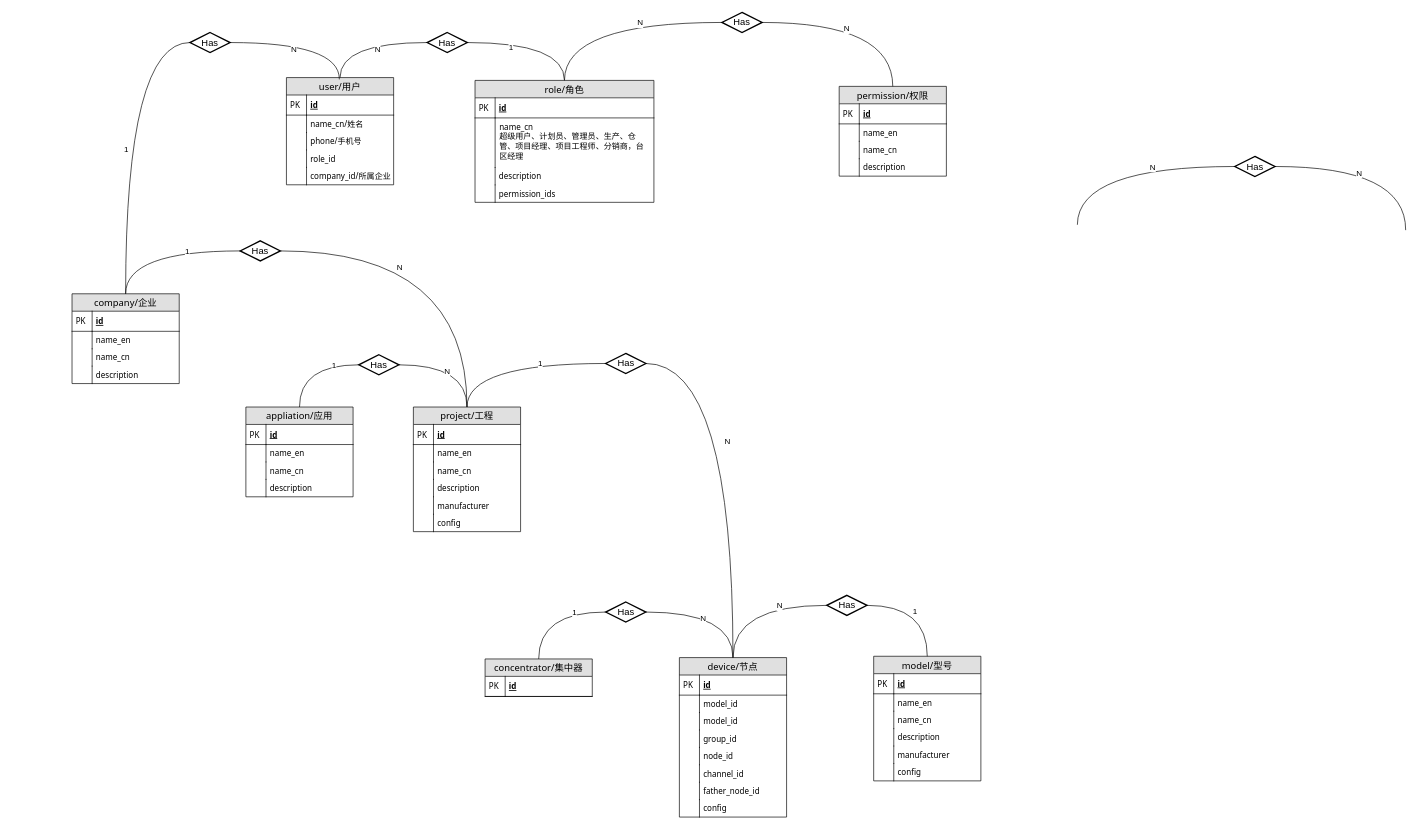
Above: Untitled Diagram.drawio in quarkbyte/2048 (draw.io), before the change. Source tidied: cells renumbered, new cells numbered last; positions are measured from the earlier drawing's top-left corner, leaving out a move shared by most shapes. Both pictures are drawn from the tidied source at 67%, with x=0, y=0 at pixel (72, 12).
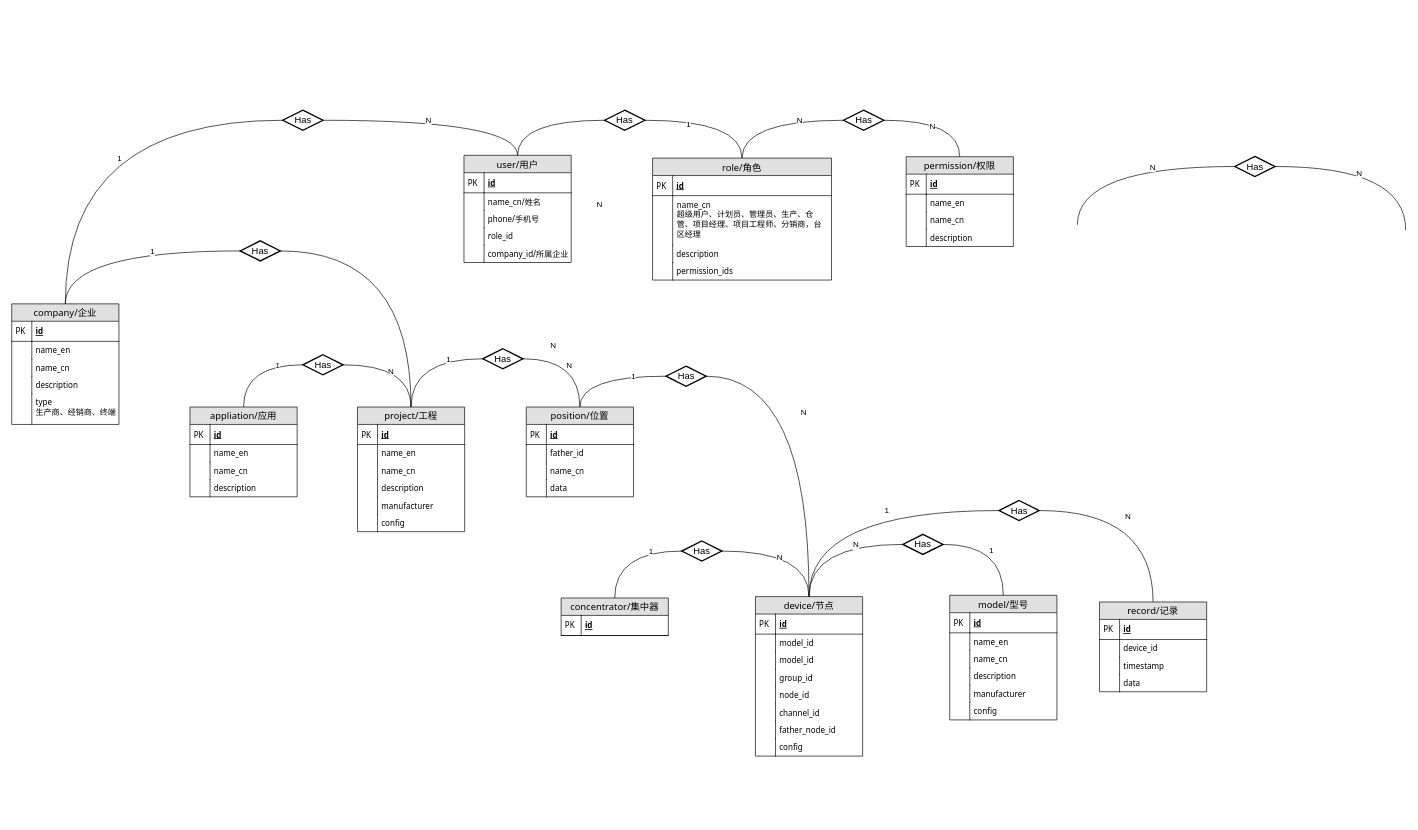
After the change.

Unchanged cells that the change refers to:
```xml
<mxCell id="100" style="edgeStyle=orthogonalEdgeStyle;curved=1;rounded=0;jettySize=auto;html=1;exitX=0.5;exitY=0;exitDx=0;exitDy=0;entryX=0;entryY=0.5;entryDx=0;entryDy=0;endArrow=none;endFill=0;" parent="1" edge="1" source="65" target="99">
  <mxGeometry relative="1" as="geometry" />
</mxCell>
<mxCell id="114" style="edgeStyle=orthogonalEdgeStyle;curved=1;rounded=0;jettySize=auto;html=1;exitX=1;exitY=0.5;exitDx=0;exitDy=0;entryX=0.5;entryY=0;entryDx=0;entryDy=0;endArrow=none;endFill=0;" parent="1" edge="1" source="116" target="50">
  <mxGeometry relative="1" as="geometry" />
</mxCell>
<mxCell id="117" style="edgeStyle=orthogonalEdgeStyle;curved=1;rounded=0;jettySize=auto;html=1;exitX=0;exitY=0.5;exitDx=0;exitDy=0;entryX=0.5;entryY=0;entryDx=0;entryDy=0;fontColor=#000000;endArrow=none;endFill=0;" parent="1" edge="1" source="121" target="41">
  <mxGeometry relative="1" as="geometry" />
</mxCell>
```

Diff of the diagram source:
```diff
@@
     <mxCell id="2" value="device/节点" style="swimlane;fontStyle=0;horizontal=1;startSize=26;fillColor=#e0e0e0;swimlaneFillColor=#ffffff;align=center;fontSize=14;fontFamily=Tahoma;" parent="1" vertex="1">
-      <mxGeometry x="906.5" y="963" width="160" height="238" as="geometry" />
+      <mxGeometry x="1020" y="872" width="160" height="238" as="geometry" />
     </mxCell>
@@
     <mxCell id="19" value="model/型号" style="swimlane;fontStyle=0;horizontal=1;startSize=26;fillColor=#e0e0e0;swimlaneFillColor=#ffffff;align=center;fontSize=14;fontFamily=Tahoma;" parent="1" vertex="1">
-      <mxGeometry x="1196.5" y="961" width="160" height="186" as="geometry" />
+      <mxGeometry x="1310" y="870" width="160" height="186" as="geometry" />
     </mxCell>
@@
     <mxCell id="32" value="appliation/应用" style="swimlane;fontStyle=0;horizontal=1;startSize=26;fillColor=#e0e0e0;swimlaneFillColor=#ffffff;align=center;fontSize=14;fontFamily=Tahoma;" parent="1" vertex="1">
-      <mxGeometry x="259.5" y="589" width="160" height="134" as="geometry" />
+      <mxGeometry x="176" y="589" width="160" height="134" as="geometry" />
     </mxCell>
@@
     <mxCell id="41" value="company/企业" style="swimlane;fontStyle=0;horizontal=1;startSize=26;fillColor=#e0e0e0;swimlaneFillColor=#ffffff;align=center;fontSize=14;fontFamily=Tahoma;" parent="1" vertex="1">
-      <mxGeometry y="420" width="160" height="134" as="geometry" />
+      <mxGeometry x="-90" y="435" width="160" height="180" as="geometry" />
     </mxCell>
@@
+    <mxCell id="140" value="type&#10;生产商、经销商、终端" style="shape=partialRectangle;top=0;left=0;right=0;bottom=0;align=left;verticalAlign=top;fillColor=none;spacingLeft=34;spacingRight=4;overflow=hidden;fontSize=12;fontFamily=Tahoma;" parent="41" vertex="1">
+      <mxGeometry y="134" width="160" height="46" as="geometry" />
+    </mxCell>
+    <mxCell id="141" style="shape=partialRectangle;top=0;left=0;bottom=0;fillColor=none;align=left;verticalAlign=top;spacingLeft=4;spacingRight=4;overflow=hidden;fontSize=12;fontFamily=Tahoma;" parent="140" vertex="1">
+      <mxGeometry width="30" height="46" as="geometry" />
+    </mxCell>
     <mxCell id="50" value="project/工程" style="swimlane;fontStyle=0;horizontal=1;startSize=26;fillColor=#e0e0e0;swimlaneFillColor=#ffffff;align=center;fontSize=14;fontFamily=Tahoma;" parent="1" vertex="1">
-      <mxGeometry x="509.5" y="589" width="160" height="186" as="geometry" />
+      <mxGeometry x="426" y="589" width="160" height="186" as="geometry" />
     </mxCell>
@@
     <mxCell id="65" value="user/用户" style="swimlane;fontStyle=0;horizontal=1;startSize=26;fillColor=#e0e0e0;swimlaneFillColor=#ffffff;align=center;fontSize=14;fontFamily=Tahoma;" parent="1" vertex="1">
-      <mxGeometry x="320" y="97.3" width="160" height="160" as="geometry" />
+      <mxGeometry x="585" y="213.3" width="160" height="160" as="geometry" />
     </mxCell>
@@
     <mxCell id="76" value="role/角色" style="swimlane;fontStyle=0;horizontal=1;startSize=26;fillColor=#e0e0e0;swimlaneFillColor=#ffffff;align=center;fontSize=14;fontFamily=Tahoma;" parent="1" vertex="1">
-      <mxGeometry x="601.5" y="101.5" width="267" height="182" as="geometry" />
+      <mxGeometry x="866.5" y="217.5" width="267" height="182" as="geometry" />
     </mxCell>
@@
     <mxCell id="85" value="permission/权限" style="swimlane;fontStyle=0;horizontal=1;startSize=26;fillColor=#e0e0e0;swimlaneFillColor=#ffffff;align=center;fontSize=14;fontFamily=Tahoma;" parent="1" vertex="1">
-      <mxGeometry x="1145" y="110.4" width="160" height="134" as="geometry" />
+      <mxGeometry x="1245" y="215.4" width="160" height="134" as="geometry" />
     </mxCell>
@@
     <mxCell id="98" value="Has" style="shape=rhombus;strokeWidth=2;fontSize=17;perimeter=rhombusPerimeter;whiteSpace=wrap;html=1;align=center;fontSize=14;labelBackgroundColor=none;" parent="1" vertex="1">
-      <mxGeometry x="970" width="60" height="30" as="geometry" />
+      <mxGeometry x="1151.5" y="146" width="60" height="30" as="geometry" />
     </mxCell>
     <mxCell id="99" value="Has" style="shape=rhombus;strokeWidth=2;fontSize=17;perimeter=rhombusPerimeter;whiteSpace=wrap;html=1;align=center;fontSize=14;labelBackgroundColor=none;" parent="1" vertex="1">
-      <mxGeometry x="530" y="30" width="60" height="30" as="geometry" />
+      <mxGeometry x="795" y="146" width="60" height="30" as="geometry" />
     </mxCell>
@@
-    <mxCell id="101" value="N" style="text;html=1;align=center;verticalAlign=middle;labelBackgroundColor=#ffffff;fontColor=#000000;" parent="100" vertex="1">
-      <mxGeometry x="0.18" y="-10" relative="1" as="geometry" />
-    </mxCell>
@@
     <mxCell id="111" value="Has" style="shape=rhombus;strokeWidth=2;fontSize=17;perimeter=rhombusPerimeter;whiteSpace=wrap;html=1;align=center;fontSize=14;labelBackgroundColor=none;" parent="1" vertex="1">
-      <mxGeometry x="428" y="511" width="60" height="30" as="geometry" />
+      <mxGeometry x="344.5" y="511" width="60" height="30" as="geometry" />
     </mxCell>
@@
     <mxCell id="115" value="N" style="text;html=1;align=center;verticalAlign=middle;labelBackgroundColor=#ffffff;fontColor=#000000;" parent="114" vertex="1">
       <mxGeometry x="-0.14" y="-9" relative="1" as="geometry">
-        <mxPoint x="-43" y="15.5" as="offset" />
+        <mxPoint x="222" y="131.5" as="offset" />
       </mxGeometry>
     </mxCell>
@@
     <mxCell id="118" value="1" style="text;html=1;align=center;verticalAlign=middle;labelBackgroundColor=#ffffff;fontColor=#000000;" parent="117" vertex="1">
       <mxGeometry y="13" relative="1" as="geometry">
-        <mxPoint x="-13" y="19" as="offset" />
+        <mxPoint x="54.5" y="43" as="offset" />
       </mxGeometry>
     </mxCell>
-    <mxCell id="119" style="edgeStyle=orthogonalEdgeStyle;curved=1;rounded=0;jettySize=auto;html=1;exitX=1;exitY=0.5;exitDx=0;exitDy=0;endArrow=none;endFill=0;" parent="1" edge="1" source="121">
-      <mxGeometry relative="1" as="geometry">
-        <mxPoint x="399" y="100" as="targetPoint" />
-      </mxGeometry>
+    <mxCell id="119" style="edgeStyle=orthogonalEdgeStyle;curved=1;rounded=0;jettySize=auto;html=1;exitX=1;exitY=0.5;exitDx=0;exitDy=0;endArrow=none;endFill=0;entryX=0.5;entryY=0;entryDx=0;entryDy=0;" parent="1" edge="1" source="121" target="65">
+      <mxGeometry relative="1" as="geometry" />
     </mxCell>
     <mxCell id="120" value="N" style="text;html=1;align=center;verticalAlign=middle;labelBackgroundColor=#ffffff;fontColor=#000000;" parent="119" vertex="1">
-      <mxGeometry x="-0.14" y="-9" relative="1" as="geometry" />
+      <mxGeometry x="-0.14" y="-9" relative="1" as="geometry">
+        <mxPoint x="265" y="116" as="offset" />
+      </mxGeometry>
     </mxCell>
+    <mxCell id="142" value="N" style="text;html=1;align=center;verticalAlign=middle;labelBackgroundColor=#ffffff;fontColor=#000000;" parent="119" vertex="1">
+      <mxGeometry x="-0.08" y="-29" relative="1" as="geometry">
+        <mxPoint x="-1.5" y="-29.5" as="offset" />
+      </mxGeometry>
+    </mxCell>
     <mxCell id="121" value="Has" style="shape=rhombus;strokeWidth=2;fontSize=17;perimeter=rhombusPerimeter;whiteSpace=wrap;html=1;align=center;fontSize=14;labelBackgroundColor=none;" parent="1" vertex="1">
-      <mxGeometry x="176" y="30" width="60" height="30" as="geometry" />
+      <mxGeometry x="314.5" y="146" width="60" height="30" as="geometry" />
     </mxCell>
     <mxCell id="122" value="concentrator/集中器" style="swimlane;fontStyle=0;horizontal=1;startSize=26;fillColor=#e0e0e0;swimlaneFillColor=#ffffff;align=center;fontSize=14;fontFamily=Tahoma;" parent="1" vertex="1">
-      <mxGeometry x="616.5" y="965" width="160" height="56" as="geometry" />
+      <mxGeometry x="730" y="874" width="160" height="56" as="geometry" />
     </mxCell>
@@
     <mxCell id="129" value="Has" style="shape=rhombus;strokeWidth=2;fontSize=17;perimeter=rhombusPerimeter;whiteSpace=wrap;html=1;align=center;fontSize=14;labelBackgroundColor=none;" parent="1" vertex="1">
-      <mxGeometry x="796.5" y="880" width="60" height="30" as="geometry" />
+      <mxGeometry x="910" y="789" width="60" height="30" as="geometry" />
     </mxCell>
@@
     <mxCell id="134" value="Has" style="shape=rhombus;strokeWidth=2;fontSize=17;perimeter=rhombusPerimeter;whiteSpace=wrap;html=1;align=center;fontSize=14;labelBackgroundColor=none;" parent="1" vertex="1">
-      <mxGeometry x="1126.5" y="870" width="60" height="30" as="geometry" />
+      <mxGeometry x="1240" y="779" width="60" height="30" as="geometry" />
     </mxCell>
-    <mxCell id="135" style="edgeStyle=orthogonalEdgeStyle;curved=1;rounded=0;jettySize=auto;html=1;exitX=0;exitY=0.5;exitDx=0;exitDy=0;entryX=0.5;entryY=0;entryDx=0;entryDy=0;fontColor=#000000;endArrow=none;endFill=0;" parent="1" edge="1" source="139" target="50">
+    <mxCell id="135" style="edgeStyle=orthogonalEdgeStyle;curved=1;rounded=0;jettySize=auto;html=1;exitX=0;exitY=0.5;exitDx=0;exitDy=0;fontColor=#000000;endArrow=none;endFill=0;" parent="1" edge="1" source="139" target="157">
       <mxGeometry relative="1" as="geometry" />
     </mxCell>
@@
     <mxCell id="139" value="Has" style="shape=rhombus;strokeWidth=2;fontSize=17;perimeter=rhombusPerimeter;whiteSpace=wrap;html=1;align=center;fontSize=14;labelBackgroundColor=none;" parent="1" vertex="1">
-      <mxGeometry x="796.5" y="509" width="60" height="30" as="geometry" />
+      <mxGeometry x="886.5" y="528" width="60" height="30" as="geometry" />
     </mxCell>
+    <mxCell id="143" value="record/记录" style="swimlane;fontStyle=0;horizontal=1;startSize=26;fillColor=#e0e0e0;swimlaneFillColor=#ffffff;align=center;fontSize=14;fontFamily=Tahoma;" parent="1" vertex="1">
+      <mxGeometry x="1533.5" y="880" width="160" height="134" as="geometry" />
+    </mxCell>
+    <mxCell id="144" value="id" style="shape=partialRectangle;top=0;left=0;right=0;bottom=1;align=left;verticalAlign=middle;fillColor=none;spacingLeft=34;spacingRight=4;overflow=hidden;fontStyle=5;fontSize=12;fontFamily=Tahoma;" parent="143" vertex="1">
+      <mxGeometry y="26" width="160" height="30" as="geometry" />
+    </mxCell>
+    <mxCell id="145" value="PK" style="shape=partialRectangle;top=0;left=0;bottom=0;fillColor=none;align=left;verticalAlign=middle;spacingLeft=4;spacingRight=4;overflow=hidden;fontSize=12;fontFamily=Tahoma;" parent="144" vertex="1">
+      <mxGeometry width="30" height="30" as="geometry" />
+    </mxCell>
+    <mxCell id="146" value="device_id" style="shape=partialRectangle;top=0;left=0;right=0;bottom=0;align=left;verticalAlign=top;fillColor=none;spacingLeft=34;spacingRight=4;overflow=hidden;fontSize=12;fontFamily=Tahoma;" parent="143" vertex="1">
+      <mxGeometry y="56" width="160" height="26" as="geometry" />
+    </mxCell>
+    <mxCell id="147" style="shape=partialRectangle;top=0;left=0;bottom=0;fillColor=none;align=left;verticalAlign=top;spacingLeft=4;spacingRight=4;overflow=hidden;fontSize=12;fontFamily=Tahoma;" parent="146" vertex="1">
+      <mxGeometry width="30" height="26" as="geometry" />
+    </mxCell>
+    <mxCell id="148" value="timestamp" style="shape=partialRectangle;top=0;left=0;right=0;bottom=0;align=left;verticalAlign=top;fillColor=none;spacingLeft=34;spacingRight=4;overflow=hidden;fontSize=12;fontFamily=Tahoma;" parent="143" vertex="1">
+      <mxGeometry y="82" width="160" height="26" as="geometry" />
+    </mxCell>
+    <mxCell id="149" style="shape=partialRectangle;top=0;left=0;bottom=0;fillColor=none;align=left;verticalAlign=top;spacingLeft=4;spacingRight=4;overflow=hidden;fontSize=12;fontFamily=Tahoma;" parent="148" vertex="1">
+      <mxGeometry width="30" height="26" as="geometry" />
+    </mxCell>
+    <mxCell id="150" value="data" style="shape=partialRectangle;top=0;left=0;right=0;bottom=0;align=left;verticalAlign=top;fillColor=none;spacingLeft=34;spacingRight=4;overflow=hidden;fontSize=12;fontFamily=Tahoma;" parent="143" vertex="1">
+      <mxGeometry y="108" width="160" height="26" as="geometry" />
+    </mxCell>
+    <mxCell id="151" style="shape=partialRectangle;top=0;left=0;bottom=0;fillColor=none;align=left;verticalAlign=top;spacingLeft=4;spacingRight=4;overflow=hidden;fontSize=12;fontFamily=Tahoma;" parent="150" vertex="1">
+      <mxGeometry width="30" height="26" as="geometry" />
+    </mxCell>
+    <mxCell id="152" style="edgeStyle=orthogonalEdgeStyle;curved=1;rounded=0;jettySize=auto;html=1;exitX=0;exitY=0.5;exitDx=0;exitDy=0;entryX=0.5;entryY=0;entryDx=0;entryDy=0;fontColor=#000000;endArrow=none;endFill=0;" parent="1" edge="1" source="156" target="2">
+      <mxGeometry relative="1" as="geometry" />
+    </mxCell>
+    <mxCell id="153" value="1" style="text;html=1;align=center;verticalAlign=middle;labelBackgroundColor=#ffffff;fontColor=#000000;" parent="152" vertex="1">
+      <mxGeometry y="13" relative="1" as="geometry">
+        <mxPoint x="38" y="-13" as="offset" />
+      </mxGeometry>
+    </mxCell>
+    <mxCell id="154" style="edgeStyle=orthogonalEdgeStyle;curved=1;rounded=0;jettySize=auto;html=1;exitX=1;exitY=0.5;exitDx=0;exitDy=0;entryX=0.5;entryY=0;entryDx=0;entryDy=0;endArrow=none;endFill=0;" parent="1" edge="1" source="156" target="143">
+      <mxGeometry relative="1" as="geometry" />
+    </mxCell>
+    <mxCell id="155" value="N" style="text;html=1;align=center;verticalAlign=middle;labelBackgroundColor=#ffffff;fontColor=#000000;" parent="154" vertex="1">
+      <mxGeometry x="-0.14" y="-9" relative="1" as="geometry" />
+    </mxCell>
+    <mxCell id="156" value="Has" style="shape=rhombus;strokeWidth=2;fontSize=17;perimeter=rhombusPerimeter;whiteSpace=wrap;html=1;align=center;fontSize=14;labelBackgroundColor=none;" parent="1" vertex="1">
+      <mxGeometry x="1383.5" y="728.5" width="60" height="30" as="geometry" />
+    </mxCell>
+    <mxCell id="157" value="position/位置" style="swimlane;fontStyle=0;horizontal=1;startSize=26;fillColor=#e0e0e0;swimlaneFillColor=#ffffff;align=center;fontSize=14;fontFamily=Tahoma;" parent="1" vertex="1">
+      <mxGeometry x="678" y="589" width="160" height="134" as="geometry" />
+    </mxCell>
+    <mxCell id="158" value="id" style="shape=partialRectangle;top=0;left=0;right=0;bottom=1;align=left;verticalAlign=middle;fillColor=none;spacingLeft=34;spacingRight=4;overflow=hidden;fontStyle=5;fontSize=12;fontFamily=Tahoma;" parent="157" vertex="1">
+      <mxGeometry y="26" width="160" height="30" as="geometry" />
+    </mxCell>
+    <mxCell id="159" value="PK" style="shape=partialRectangle;top=0;left=0;bottom=0;fillColor=none;align=left;verticalAlign=middle;spacingLeft=4;spacingRight=4;overflow=hidden;fontSize=12;fontFamily=Tahoma;" parent="158" vertex="1">
+      <mxGeometry width="30" height="30" as="geometry" />
+    </mxCell>
+    <mxCell id="160" value="father_id" style="shape=partialRectangle;top=0;left=0;right=0;bottom=0;align=left;verticalAlign=top;fillColor=none;spacingLeft=34;spacingRight=4;overflow=hidden;fontSize=12;fontFamily=Tahoma;" parent="157" vertex="1">
+      <mxGeometry y="56" width="160" height="26" as="geometry" />
+    </mxCell>
+    <mxCell id="161" style="shape=partialRectangle;top=0;left=0;bottom=0;fillColor=none;align=left;verticalAlign=top;spacingLeft=4;spacingRight=4;overflow=hidden;fontSize=12;fontFamily=Tahoma;" parent="160" vertex="1">
+      <mxGeometry width="30" height="26" as="geometry" />
+    </mxCell>
+    <mxCell id="162" value="name_cn" style="shape=partialRectangle;top=0;left=0;right=0;bottom=0;align=left;verticalAlign=top;fillColor=none;spacingLeft=34;spacingRight=4;overflow=hidden;fontSize=12;fontFamily=Tahoma;" parent="157" vertex="1">
+      <mxGeometry y="82" width="160" height="26" as="geometry" />
+    </mxCell>
+    <mxCell id="163" style="shape=partialRectangle;top=0;left=0;bottom=0;fillColor=none;align=left;verticalAlign=top;spacingLeft=4;spacingRight=4;overflow=hidden;fontSize=12;fontFamily=Tahoma;" parent="162" vertex="1">
+      <mxGeometry width="30" height="26" as="geometry" />
+    </mxCell>
+    <mxCell id="164" value="data" style="shape=partialRectangle;top=0;left=0;right=0;bottom=0;align=left;verticalAlign=top;fillColor=none;spacingLeft=34;spacingRight=4;overflow=hidden;fontSize=12;fontFamily=Tahoma;" parent="157" vertex="1">
+      <mxGeometry y="108" width="160" height="26" as="geometry" />
+    </mxCell>
+    <mxCell id="165" style="shape=partialRectangle;top=0;left=0;bottom=0;fillColor=none;align=left;verticalAlign=top;spacingLeft=4;spacingRight=4;overflow=hidden;fontSize=12;fontFamily=Tahoma;" parent="164" vertex="1">
+      <mxGeometry width="30" height="26" as="geometry" />
+    </mxCell>
+    <mxCell id="166" style="edgeStyle=orthogonalEdgeStyle;curved=1;rounded=0;jettySize=auto;html=1;exitX=0;exitY=0.5;exitDx=0;exitDy=0;entryX=0.5;entryY=0;entryDx=0;entryDy=0;fontColor=#000000;endArrow=none;endFill=0;" parent="1" edge="1" source="170" target="50">
+      <mxGeometry relative="1" as="geometry" />
+    </mxCell>
+    <mxCell id="167" value="1" style="text;html=1;align=center;verticalAlign=middle;labelBackgroundColor=#ffffff;fontColor=#000000;" parent="166" vertex="1">
+      <mxGeometry y="13" relative="1" as="geometry">
+        <mxPoint x="38" y="-13" as="offset" />
+      </mxGeometry>
+    </mxCell>
+    <mxCell id="168" style="edgeStyle=orthogonalEdgeStyle;curved=1;rounded=0;jettySize=auto;html=1;exitX=1;exitY=0.5;exitDx=0;exitDy=0;entryX=0.5;entryY=0;entryDx=0;entryDy=0;endArrow=none;endFill=0;" parent="1" edge="1" source="170" target="157">
+      <mxGeometry relative="1" as="geometry" />
+    </mxCell>
+    <mxCell id="169" value="N" style="text;html=1;align=center;verticalAlign=middle;labelBackgroundColor=#ffffff;fontColor=#000000;" parent="168" vertex="1">
+      <mxGeometry x="-0.14" y="-9" relative="1" as="geometry" />
+    </mxCell>
+    <mxCell id="170" value="Has" style="shape=rhombus;strokeWidth=2;fontSize=17;perimeter=rhombusPerimeter;whiteSpace=wrap;html=1;align=center;fontSize=14;labelBackgroundColor=none;" parent="1" vertex="1">
+      <mxGeometry x="613" y="502" width="60" height="30" as="geometry" />
+    </mxCell>
```
